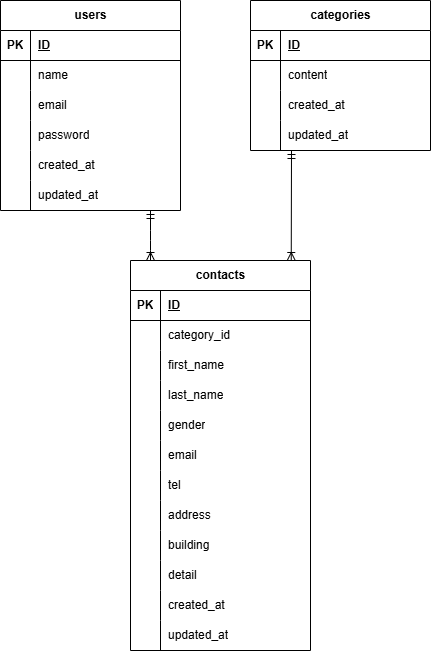
Before: ContactForm.drawio.png, a diagram exported from draw.io (koko-chii/FashionablyLate). Source tidied: cells renumbered, new cells last; positions are measured from the earlier drawing's top-left corner, leaving out a move shared by most shapes. Its diagram source:
```xml
<mxGraphModel>
  <root>
    <mxCell id="0" />
    <mxCell id="1" parent="0" />
    <mxCell id="2" value="users" style="shape=table;startSize=30;rowLines=0;fontStyle=1;align=center;html=1;" parent="1" vertex="1">
      <mxGeometry width="180" height="210" as="geometry" />
    </mxCell>
    <mxCell id="3" style="shape=tableRow;horizontal=0;startSize=0;swimlaneHead=0;swimlaneBody=0;fillColor=none;top=0;left=0;right=0;bottom=1;" parent="2" vertex="1">
      <mxGeometry y="30" width="180" height="30" as="geometry" />
    </mxCell>
    <mxCell id="4" value="PK" style="shape=partialRectangle;fillColor=none;top=0;left=0;bottom=0;right=0;fontStyle=1;overflow=hidden;whiteSpace=wrap;html=1;" parent="3" vertex="1">
      <mxGeometry width="30" height="30" as="geometry" />
    </mxCell>
    <mxCell id="5" value="ID" style="shape=partialRectangle;fillColor=none;top=0;left=0;bottom=0;right=0;align=left;spacingLeft=6;fontStyle=5;overflow=hidden;whiteSpace=wrap;html=1;" parent="3" vertex="1">
      <mxGeometry x="30" width="150" height="30" as="geometry" />
    </mxCell>
    <mxCell id="6" style="shape=tableRow;horizontal=0;startSize=0;swimlaneHead=0;swimlaneBody=0;fillColor=none;top=0;left=0;right=0;bottom=0;" parent="2" vertex="1">
      <mxGeometry y="60" width="180" height="30" as="geometry" />
    </mxCell>
    <mxCell id="7" style="shape=partialRectangle;fillColor=none;top=0;left=0;bottom=0;right=0;overflow=hidden;whiteSpace=wrap;html=1;" parent="6" vertex="1">
      <mxGeometry width="30" height="30" as="geometry" />
    </mxCell>
    <mxCell id="8" value="name" style="shape=partialRectangle;fillColor=none;top=0;left=0;bottom=0;right=0;align=left;spacingLeft=6;overflow=hidden;whiteSpace=wrap;html=1;" parent="6" vertex="1">
      <mxGeometry x="30" width="150" height="30" as="geometry" />
    </mxCell>
    <mxCell id="9" style="shape=tableRow;horizontal=0;startSize=0;swimlaneHead=0;swimlaneBody=0;fillColor=none;top=0;left=0;right=0;bottom=0;" parent="2" vertex="1">
      <mxGeometry y="90" width="180" height="30" as="geometry" />
    </mxCell>
    <mxCell id="10" style="shape=partialRectangle;fillColor=none;top=0;left=0;bottom=0;right=0;overflow=hidden;whiteSpace=wrap;html=1;" parent="9" vertex="1">
      <mxGeometry width="30" height="30" as="geometry" />
    </mxCell>
    <mxCell id="11" value="email" style="shape=partialRectangle;fillColor=none;top=0;left=0;bottom=0;right=0;align=left;spacingLeft=6;overflow=hidden;whiteSpace=wrap;html=1;" parent="9" vertex="1">
      <mxGeometry x="30" width="150" height="30" as="geometry" />
    </mxCell>
    <mxCell id="12" style="shape=tableRow;horizontal=0;startSize=0;swimlaneHead=0;swimlaneBody=0;fillColor=none;top=0;left=0;right=0;bottom=0;" parent="2" vertex="1">
      <mxGeometry y="120" width="180" height="30" as="geometry" />
    </mxCell>
    <mxCell id="13" style="shape=partialRectangle;fillColor=none;top=0;left=0;bottom=0;right=0;overflow=hidden;whiteSpace=wrap;html=1;" parent="12" vertex="1">
      <mxGeometry width="30" height="30" as="geometry" />
    </mxCell>
    <mxCell id="14" value="password" style="shape=partialRectangle;fillColor=none;top=0;left=0;bottom=0;right=0;align=left;spacingLeft=6;overflow=hidden;whiteSpace=wrap;html=1;" parent="12" vertex="1">
      <mxGeometry x="30" width="150" height="30" as="geometry" />
    </mxCell>
    <mxCell id="15" style="shape=tableRow;horizontal=0;startSize=0;swimlaneHead=0;swimlaneBody=0;fillColor=none;top=0;left=0;right=0;bottom=0;" parent="2" vertex="1">
      <mxGeometry y="150" width="180" height="30" as="geometry" />
    </mxCell>
    <mxCell id="16" style="shape=partialRectangle;fillColor=none;top=0;left=0;bottom=0;right=0;overflow=hidden;whiteSpace=wrap;html=1;" parent="15" vertex="1">
      <mxGeometry width="30" height="30" as="geometry" />
    </mxCell>
    <mxCell id="17" value="created_at" style="shape=partialRectangle;fillColor=none;top=0;left=0;bottom=0;right=0;align=left;spacingLeft=6;overflow=hidden;whiteSpace=wrap;html=1;" parent="15" vertex="1">
      <mxGeometry x="30" width="150" height="30" as="geometry" />
    </mxCell>
    <mxCell id="18" style="shape=tableRow;horizontal=0;startSize=0;swimlaneHead=0;swimlaneBody=0;fillColor=none;top=0;left=0;right=0;bottom=0;" parent="2" vertex="1">
      <mxGeometry y="180" width="180" height="30" as="geometry" />
    </mxCell>
    <mxCell id="19" style="shape=partialRectangle;fillColor=none;top=0;left=0;bottom=0;right=0;overflow=hidden;whiteSpace=wrap;html=1;" parent="18" vertex="1">
      <mxGeometry width="30" height="30" as="geometry" />
    </mxCell>
    <mxCell id="20" value="updated_at" style="shape=partialRectangle;fillColor=none;top=0;left=0;bottom=0;right=0;align=left;spacingLeft=6;overflow=hidden;whiteSpace=wrap;html=1;" parent="18" vertex="1">
      <mxGeometry x="30" width="150" height="30" as="geometry" />
    </mxCell>
    <mxCell id="21" value="categories" style="shape=table;startSize=30;rowLines=0;fontStyle=1;align=center;html=1;" parent="1" vertex="1">
      <mxGeometry x="250" width="180" height="150" as="geometry" />
    </mxCell>
    <mxCell id="22" style="shape=tableRow;horizontal=0;startSize=0;swimlaneHead=0;swimlaneBody=0;fillColor=none;top=0;left=0;right=0;bottom=1;" parent="21" vertex="1">
      <mxGeometry y="30" width="180" height="30" as="geometry" />
    </mxCell>
    <mxCell id="23" value="PK" style="shape=partialRectangle;fillColor=none;top=0;left=0;bottom=0;right=0;fontStyle=1;overflow=hidden;whiteSpace=wrap;html=1;" parent="22" vertex="1">
      <mxGeometry width="30" height="30" as="geometry" />
    </mxCell>
    <mxCell id="24" value="ID" style="shape=partialRectangle;fillColor=none;top=0;left=0;bottom=0;right=0;align=left;spacingLeft=6;fontStyle=5;overflow=hidden;whiteSpace=wrap;html=1;" parent="22" vertex="1">
      <mxGeometry x="30" width="150" height="30" as="geometry" />
    </mxCell>
    <mxCell id="25" style="shape=tableRow;horizontal=0;startSize=0;swimlaneHead=0;swimlaneBody=0;fillColor=none;top=0;left=0;right=0;bottom=0;" parent="21" vertex="1">
      <mxGeometry y="60" width="180" height="30" as="geometry" />
    </mxCell>
    <mxCell id="26" style="shape=partialRectangle;fillColor=none;top=0;left=0;bottom=0;right=0;overflow=hidden;whiteSpace=wrap;html=1;" parent="25" vertex="1">
      <mxGeometry width="30" height="30" as="geometry" />
    </mxCell>
    <mxCell id="27" value="content" style="shape=partialRectangle;fillColor=none;top=0;left=0;bottom=0;right=0;align=left;spacingLeft=6;overflow=hidden;whiteSpace=wrap;html=1;" parent="25" vertex="1">
      <mxGeometry x="30" width="150" height="30" as="geometry" />
    </mxCell>
    <mxCell id="28" style="shape=tableRow;horizontal=0;startSize=0;swimlaneHead=0;swimlaneBody=0;fillColor=none;top=0;left=0;right=0;bottom=0;" parent="21" vertex="1">
      <mxGeometry y="90" width="180" height="30" as="geometry" />
    </mxCell>
    <mxCell id="29" style="shape=partialRectangle;fillColor=none;top=0;left=0;bottom=0;right=0;overflow=hidden;whiteSpace=wrap;html=1;" parent="28" vertex="1">
      <mxGeometry width="30" height="30" as="geometry" />
    </mxCell>
    <mxCell id="30" value="created_at" style="shape=partialRectangle;fillColor=none;top=0;left=0;bottom=0;right=0;align=left;spacingLeft=6;overflow=hidden;whiteSpace=wrap;html=1;" parent="28" vertex="1">
      <mxGeometry x="30" width="150" height="30" as="geometry" />
    </mxCell>
    <mxCell id="31" style="shape=tableRow;horizontal=0;startSize=0;swimlaneHead=0;swimlaneBody=0;fillColor=none;top=0;left=0;right=0;bottom=0;" parent="21" vertex="1">
      <mxGeometry y="120" width="180" height="30" as="geometry" />
    </mxCell>
    <mxCell id="32" style="shape=partialRectangle;fillColor=none;top=0;left=0;bottom=0;right=0;overflow=hidden;whiteSpace=wrap;html=1;" parent="31" vertex="1">
      <mxGeometry width="30" height="30" as="geometry" />
    </mxCell>
    <mxCell id="33" value="updated_at" style="shape=partialRectangle;fillColor=none;top=0;left=0;bottom=0;right=0;align=left;spacingLeft=6;overflow=hidden;whiteSpace=wrap;html=1;" parent="31" vertex="1">
      <mxGeometry x="30" width="150" height="30" as="geometry" />
    </mxCell>
    <mxCell id="34" value="contacts" style="shape=table;startSize=30;rowLines=0;fontStyle=1;align=center;html=1;" parent="1" vertex="1">
      <mxGeometry x="130" y="260" width="180" height="390" as="geometry" />
    </mxCell>
    <mxCell id="35" style="shape=tableRow;horizontal=0;startSize=0;swimlaneHead=0;swimlaneBody=0;fillColor=none;top=0;left=0;right=0;bottom=1;" parent="34" vertex="1">
      <mxGeometry y="30" width="180" height="30" as="geometry" />
    </mxCell>
    <mxCell id="36" value="PK" style="shape=partialRectangle;fillColor=none;top=0;left=0;bottom=0;right=0;fontStyle=1;overflow=hidden;whiteSpace=wrap;html=1;" parent="35" vertex="1">
      <mxGeometry width="30" height="30" as="geometry" />
    </mxCell>
    <mxCell id="37" value="ID" style="shape=partialRectangle;fillColor=none;top=0;left=0;bottom=0;right=0;align=left;spacingLeft=6;fontStyle=5;overflow=hidden;whiteSpace=wrap;html=1;" parent="35" vertex="1">
      <mxGeometry x="30" width="150" height="30" as="geometry" />
    </mxCell>
    <mxCell id="38" style="shape=tableRow;horizontal=0;startSize=0;swimlaneHead=0;swimlaneBody=0;fillColor=none;top=0;left=0;right=0;bottom=0;" parent="34" vertex="1">
      <mxGeometry y="60" width="180" height="30" as="geometry" />
    </mxCell>
    <mxCell id="39" style="shape=partialRectangle;fillColor=none;top=0;left=0;bottom=0;right=0;overflow=hidden;whiteSpace=wrap;html=1;" parent="38" vertex="1">
      <mxGeometry width="30" height="30" as="geometry" />
    </mxCell>
    <mxCell id="40" value="category_id" style="shape=partialRectangle;fillColor=none;top=0;left=0;bottom=0;right=0;align=left;spacingLeft=6;overflow=hidden;whiteSpace=wrap;html=1;" parent="38" vertex="1">
      <mxGeometry x="30" width="150" height="30" as="geometry" />
    </mxCell>
    <mxCell id="41" style="shape=tableRow;horizontal=0;startSize=0;swimlaneHead=0;swimlaneBody=0;fillColor=none;top=0;left=0;right=0;bottom=0;" parent="34" vertex="1">
      <mxGeometry y="90" width="180" height="30" as="geometry" />
    </mxCell>
    <mxCell id="42" style="shape=partialRectangle;fillColor=none;top=0;left=0;bottom=0;right=0;overflow=hidden;whiteSpace=wrap;html=1;" parent="41" vertex="1">
      <mxGeometry width="30" height="30" as="geometry" />
    </mxCell>
    <mxCell id="43" value="first_name" style="shape=partialRectangle;fillColor=none;top=0;left=0;bottom=0;right=0;align=left;spacingLeft=6;overflow=hidden;whiteSpace=wrap;html=1;" parent="41" vertex="1">
      <mxGeometry x="30" width="150" height="30" as="geometry" />
    </mxCell>
    <mxCell id="44" style="shape=tableRow;horizontal=0;startSize=0;swimlaneHead=0;swimlaneBody=0;fillColor=none;top=0;left=0;right=0;bottom=0;" parent="34" vertex="1">
      <mxGeometry y="120" width="180" height="30" as="geometry" />
    </mxCell>
    <mxCell id="45" style="shape=partialRectangle;fillColor=none;top=0;left=0;bottom=0;right=0;overflow=hidden;whiteSpace=wrap;html=1;" parent="44" vertex="1">
      <mxGeometry width="30" height="30" as="geometry" />
    </mxCell>
    <mxCell id="46" value="last_name" style="shape=partialRectangle;fillColor=none;top=0;left=0;bottom=0;right=0;align=left;spacingLeft=6;overflow=hidden;whiteSpace=wrap;html=1;" parent="44" vertex="1">
      <mxGeometry x="30" width="150" height="30" as="geometry" />
    </mxCell>
    <mxCell id="47" style="shape=tableRow;horizontal=0;startSize=0;swimlaneHead=0;swimlaneBody=0;fillColor=none;top=0;left=0;right=0;bottom=0;" parent="34" vertex="1">
      <mxGeometry y="150" width="180" height="30" as="geometry" />
    </mxCell>
    <mxCell id="48" style="shape=partialRectangle;fillColor=none;top=0;left=0;bottom=0;right=0;overflow=hidden;whiteSpace=wrap;html=1;" parent="47" vertex="1">
      <mxGeometry width="30" height="30" as="geometry" />
    </mxCell>
    <mxCell id="49" value="gender" style="shape=partialRectangle;fillColor=none;top=0;left=0;bottom=0;right=0;align=left;spacingLeft=6;overflow=hidden;whiteSpace=wrap;html=1;" parent="47" vertex="1">
      <mxGeometry x="30" width="150" height="30" as="geometry" />
    </mxCell>
    <mxCell id="50" style="shape=tableRow;horizontal=0;startSize=0;swimlaneHead=0;swimlaneBody=0;fillColor=none;top=0;left=0;right=0;bottom=0;" parent="34" vertex="1">
      <mxGeometry y="180" width="180" height="30" as="geometry" />
    </mxCell>
    <mxCell id="51" style="shape=partialRectangle;fillColor=none;top=0;left=0;bottom=0;right=0;overflow=hidden;whiteSpace=wrap;html=1;" parent="50" vertex="1">
      <mxGeometry width="30" height="30" as="geometry" />
    </mxCell>
    <mxCell id="52" value="email" style="shape=partialRectangle;fillColor=none;top=0;left=0;bottom=0;right=0;align=left;spacingLeft=6;overflow=hidden;whiteSpace=wrap;html=1;" parent="50" vertex="1">
      <mxGeometry x="30" width="150" height="30" as="geometry" />
    </mxCell>
    <mxCell id="53" style="shape=tableRow;horizontal=0;startSize=0;swimlaneHead=0;swimlaneBody=0;fillColor=none;top=0;left=0;right=0;bottom=0;" parent="34" vertex="1">
      <mxGeometry y="210" width="180" height="30" as="geometry" />
    </mxCell>
    <mxCell id="54" style="shape=partialRectangle;fillColor=none;top=0;left=0;bottom=0;right=0;overflow=hidden;whiteSpace=wrap;html=1;" parent="53" vertex="1">
      <mxGeometry width="30" height="30" as="geometry" />
    </mxCell>
    <mxCell id="55" value="tel" style="shape=partialRectangle;fillColor=none;top=0;left=0;bottom=0;right=0;align=left;spacingLeft=6;overflow=hidden;whiteSpace=wrap;html=1;" parent="53" vertex="1">
      <mxGeometry x="30" width="150" height="30" as="geometry" />
    </mxCell>
    <mxCell id="56" style="shape=tableRow;horizontal=0;startSize=0;swimlaneHead=0;swimlaneBody=0;fillColor=none;top=0;left=0;right=0;bottom=0;" parent="34" vertex="1">
      <mxGeometry y="240" width="180" height="30" as="geometry" />
    </mxCell>
    <mxCell id="57" style="shape=partialRectangle;fillColor=none;top=0;left=0;bottom=0;right=0;overflow=hidden;whiteSpace=wrap;html=1;" parent="56" vertex="1">
      <mxGeometry width="30" height="30" as="geometry" />
    </mxCell>
    <mxCell id="58" value="address" style="shape=partialRectangle;fillColor=none;top=0;left=0;bottom=0;right=0;align=left;spacingLeft=6;overflow=hidden;whiteSpace=wrap;html=1;" parent="56" vertex="1">
      <mxGeometry x="30" width="150" height="30" as="geometry" />
    </mxCell>
    <mxCell id="59" style="shape=tableRow;horizontal=0;startSize=0;swimlaneHead=0;swimlaneBody=0;fillColor=none;top=0;left=0;right=0;bottom=0;" parent="34" vertex="1">
      <mxGeometry y="270" width="180" height="30" as="geometry" />
    </mxCell>
    <mxCell id="60" style="shape=partialRectangle;fillColor=none;top=0;left=0;bottom=0;right=0;overflow=hidden;whiteSpace=wrap;html=1;" parent="59" vertex="1">
      <mxGeometry width="30" height="30" as="geometry" />
    </mxCell>
    <mxCell id="61" value="building" style="shape=partialRectangle;fillColor=none;top=0;left=0;bottom=0;right=0;align=left;spacingLeft=6;overflow=hidden;whiteSpace=wrap;html=1;" parent="59" vertex="1">
      <mxGeometry x="30" width="150" height="30" as="geometry" />
    </mxCell>
    <mxCell id="62" style="shape=tableRow;horizontal=0;startSize=0;swimlaneHead=0;swimlaneBody=0;fillColor=none;top=0;left=0;right=0;bottom=0;" parent="34" vertex="1">
      <mxGeometry y="300" width="180" height="30" as="geometry" />
    </mxCell>
    <mxCell id="63" style="shape=partialRectangle;fillColor=none;top=0;left=0;bottom=0;right=0;overflow=hidden;whiteSpace=wrap;html=1;" parent="62" vertex="1">
      <mxGeometry width="30" height="30" as="geometry" />
    </mxCell>
    <mxCell id="64" value="detail" style="shape=partialRectangle;fillColor=none;top=0;left=0;bottom=0;right=0;align=left;spacingLeft=6;overflow=hidden;whiteSpace=wrap;html=1;" parent="62" vertex="1">
      <mxGeometry x="30" width="150" height="30" as="geometry" />
    </mxCell>
    <mxCell id="65" style="shape=tableRow;horizontal=0;startSize=0;swimlaneHead=0;swimlaneBody=0;fillColor=none;top=0;left=0;right=0;bottom=0;" parent="34" vertex="1">
      <mxGeometry y="330" width="180" height="30" as="geometry" />
    </mxCell>
    <mxCell id="66" style="shape=partialRectangle;fillColor=none;top=0;left=0;bottom=0;right=0;overflow=hidden;whiteSpace=wrap;html=1;" parent="65" vertex="1">
      <mxGeometry width="30" height="30" as="geometry" />
    </mxCell>
    <mxCell id="67" value="created_at" style="shape=partialRectangle;fillColor=none;top=0;left=0;bottom=0;right=0;align=left;spacingLeft=6;overflow=hidden;whiteSpace=wrap;html=1;" parent="65" vertex="1">
      <mxGeometry x="30" width="150" height="30" as="geometry" />
    </mxCell>
    <mxCell id="68" style="shape=tableRow;horizontal=0;startSize=0;swimlaneHead=0;swimlaneBody=0;fillColor=none;top=0;left=0;right=0;bottom=0;" parent="34" vertex="1">
      <mxGeometry y="360" width="180" height="30" as="geometry" />
    </mxCell>
    <mxCell id="69" style="shape=partialRectangle;fillColor=none;top=0;left=0;bottom=0;right=0;overflow=hidden;whiteSpace=wrap;html=1;" parent="68" vertex="1">
      <mxGeometry width="30" height="30" as="geometry" />
    </mxCell>
    <mxCell id="70" value="updated_at" style="shape=partialRectangle;fillColor=none;top=0;left=0;bottom=0;right=0;align=left;spacingLeft=6;overflow=hidden;whiteSpace=wrap;html=1;" parent="68" vertex="1">
      <mxGeometry x="30" width="150" height="30" as="geometry" />
    </mxCell>
    <mxCell id="71" style="fontSize=12;html=1;endArrow=ERoneToMany;startArrow=ERmandOne;" parent="1" edge="1">
      <mxGeometry relative="1" as="geometry">
        <mxPoint x="150" y="210" as="sourcePoint" />
        <mxPoint x="150" y="260" as="targetPoint" />
        <Array as="points">
          <mxPoint x="150" y="240" />
        </Array>
      </mxGeometry>
    </mxCell>
    <mxCell id="72" style="fontSize=12;html=1;endArrow=ERoneToMany;startArrow=ERmandOne;entryX=0.893;entryY=0;entryDx=0;entryDy=0;entryPerimeter=0;" parent="1" edge="1" target="34">
      <mxGeometry relative="1" as="geometry">
        <mxPoint x="291" y="150" as="sourcePoint" />
      </mxGeometry>
    </mxCell>
  </root>
</mxGraphModel>
```
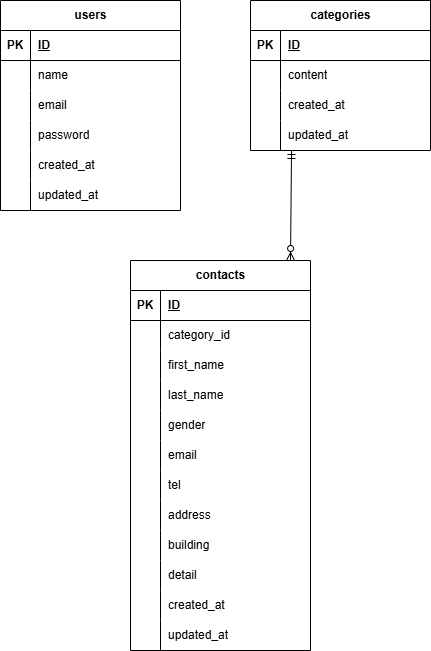
The same diagram one commit later.

Change to the diagram source:
```diff
@@ -209,19 +209,11 @@
     <mxCell id="70" value="updated_at" style="shape=partialRectangle;fillColor=none;top=0;left=0;bottom=0;right=0;align=left;spacingLeft=6;overflow=hidden;whiteSpace=wrap;html=1;" parent="68" vertex="1">
       <mxGeometry x="30" width="150" height="30" as="geometry" />
     </mxCell>
-    <mxCell id="71" style="fontSize=12;html=1;endArrow=ERoneToMany;startArrow=ERmandOne;" parent="1" edge="1">
-      <mxGeometry relative="1" as="geometry">
-        <mxPoint x="150" y="210" as="sourcePoint" />
-        <mxPoint x="150" y="260" as="targetPoint" />
-        <Array as="points">
-          <mxPoint x="150" y="240" />
-        </Array>
-      </mxGeometry>
-    </mxCell>
-    <mxCell id="72" style="fontSize=12;html=1;endArrow=ERoneToMany;startArrow=ERmandOne;entryX=0.893;entryY=0;entryDx=0;entryDy=0;entryPerimeter=0;" parent="1" edge="1" target="34">
-      <mxGeometry relative="1" as="geometry">
-        <mxPoint x="291" y="150" as="sourcePoint" />
-      </mxGeometry>
-    </mxCell>
+    <mxCell id="73" style="fontSize=12;html=1;endArrow=ERzeroToMany;startArrow=ERmandOne;exitX=0.228;exitY=1.033;exitDx=0;exitDy=0;exitPerimeter=0;" parent="1" edge="1">
+      <mxGeometry relative="1" as="geometry">
+        <mxPoint x="291" y="150" as="sourcePoint" />
+        <mxPoint x="290" y="260" as="targetPoint" />
+      </mxGeometry>
+    </mxCell>
   </root>
 </mxGraphModel>
```
